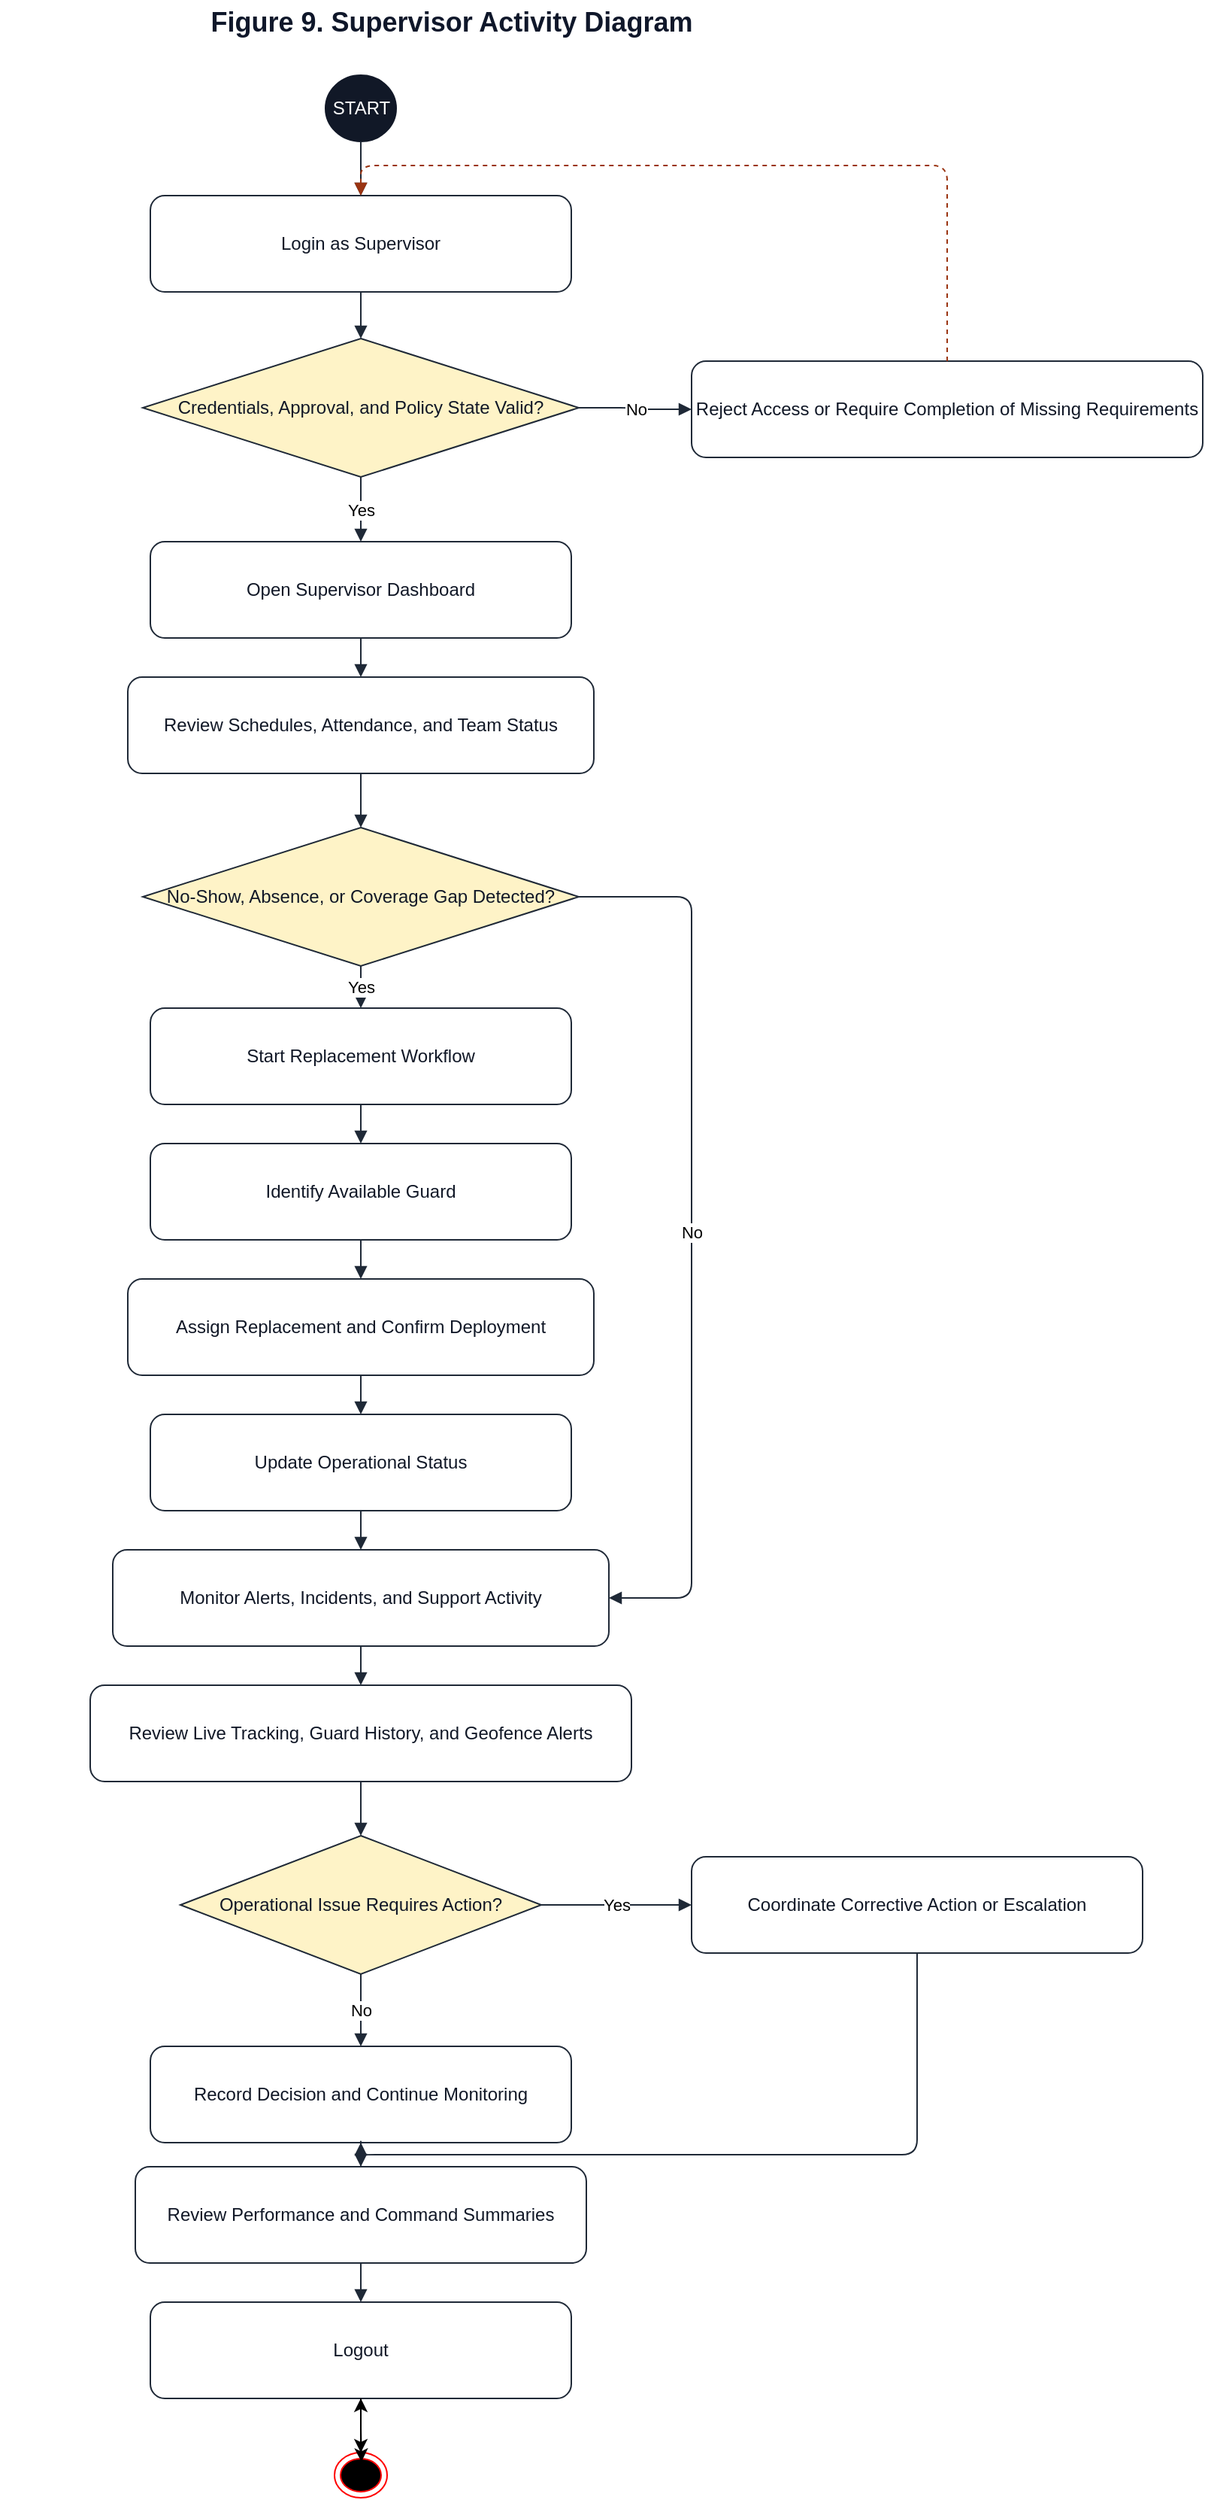
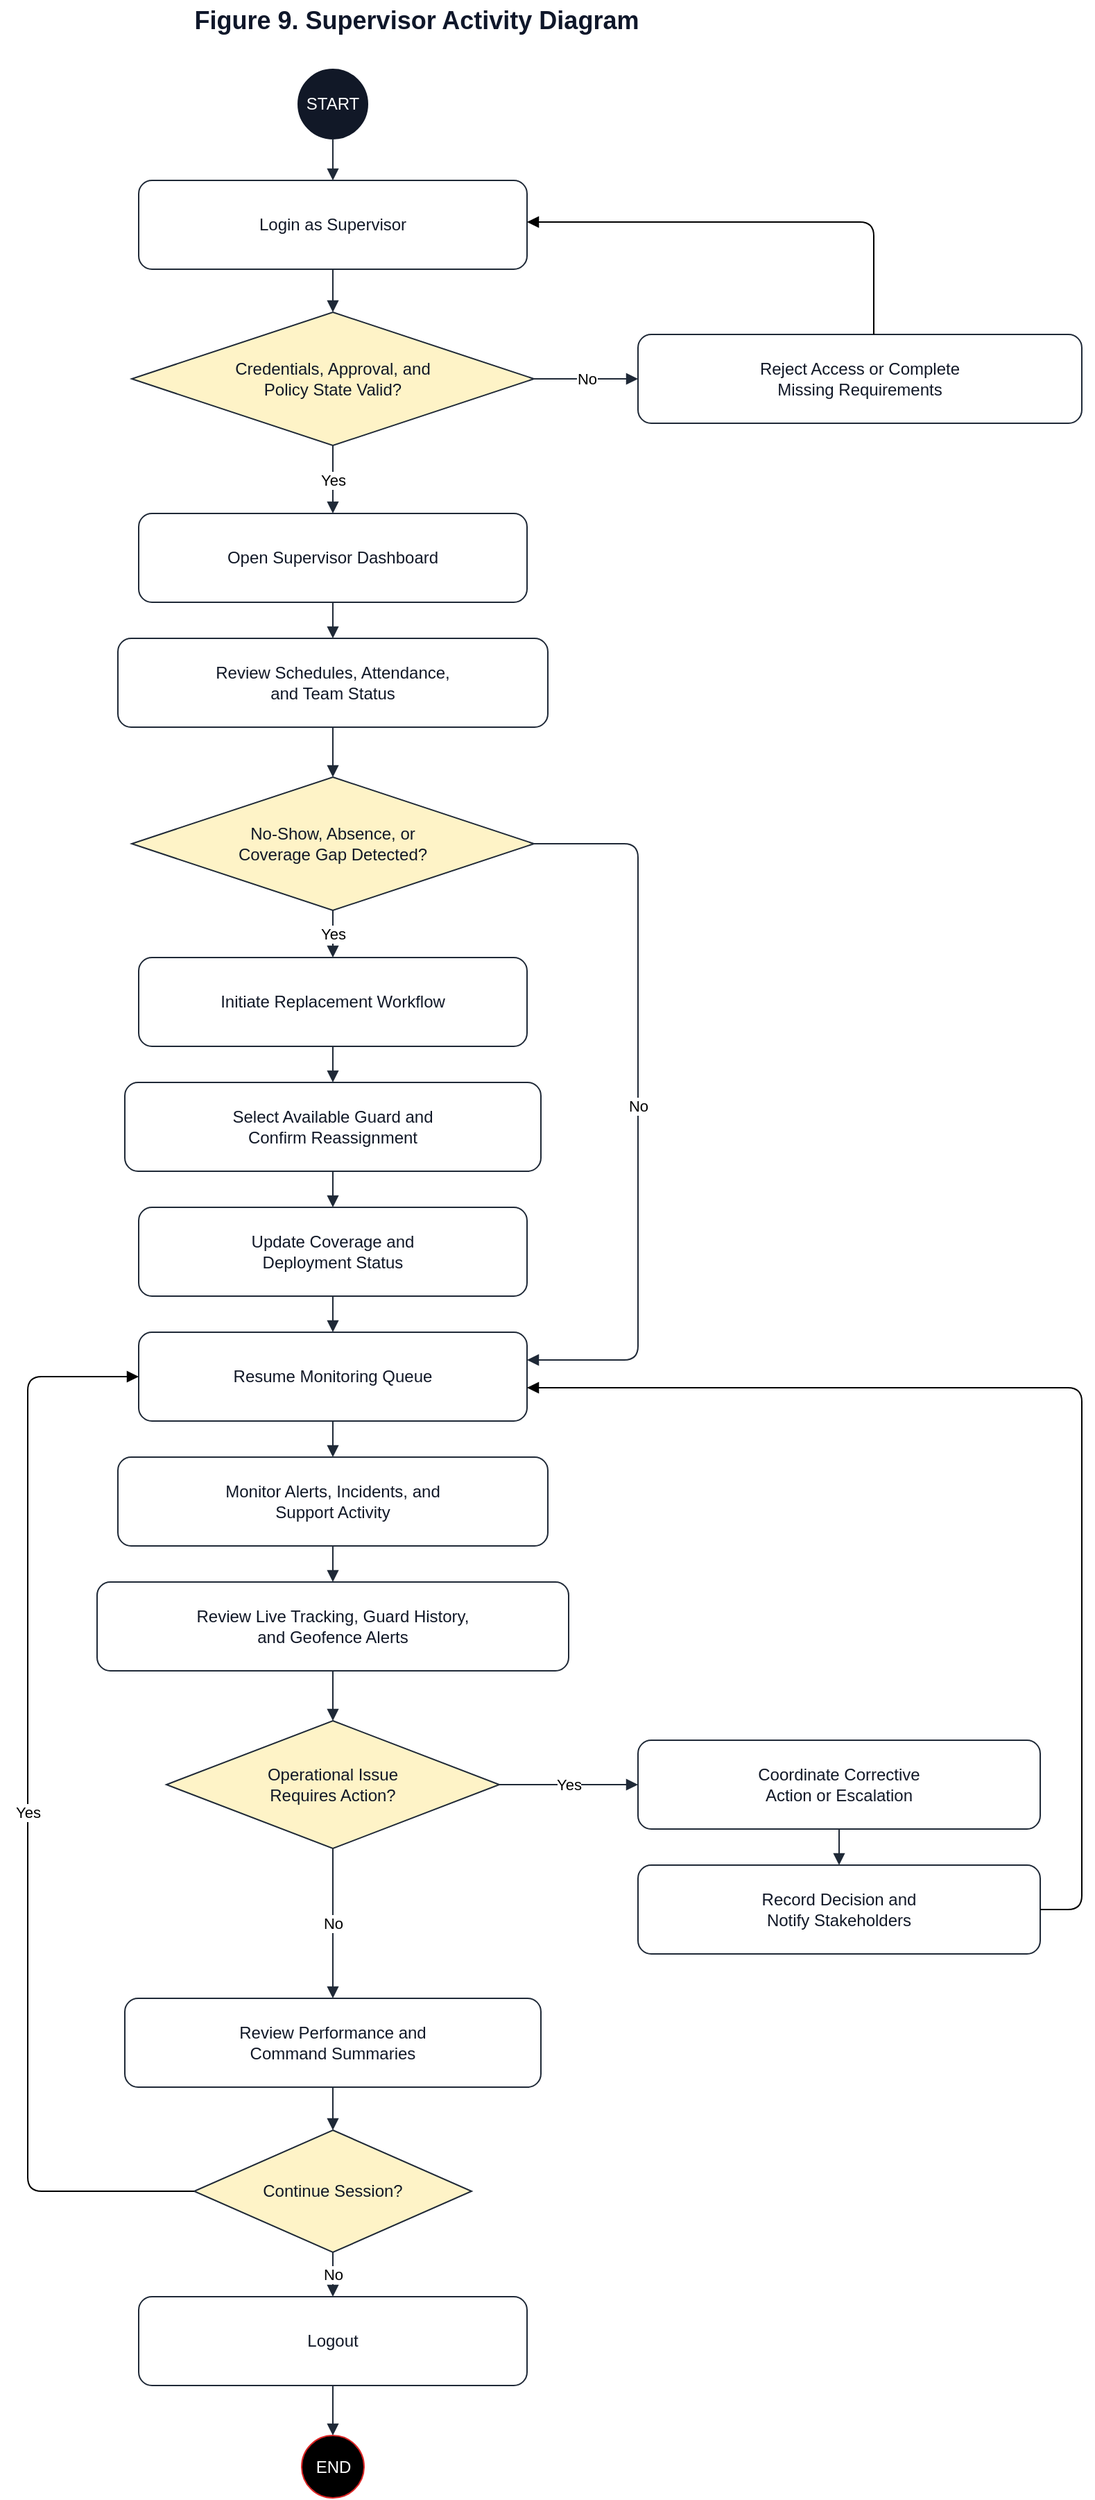
<mxfile host="Electron" agent="Codex">
  <diagram id="supervisor-activity-diagram" name="Figure 9. Supervisor Activity Diagram">
-     <mxGraphModel dx="725" dy="456" grid="1" gridSize="10" guides="1" tooltips="1" connect="1" arrows="1" fold="1" page="1" pageScale="1" pageWidth="1200" pageHeight="1700" background="#ffffff" math="0" shadow="0">
+     <mxGraphModel dx="1230" dy="773" grid="1" gridSize="10" guides="1" tooltips="1" connect="1" arrows="1" fold="1" page="1" pageScale="1" pageWidth="1200" pageHeight="2000" background="#ffffff" math="0" shadow="0">
      <root>
        <mxCell id="0" />
        <mxCell id="1" parent="0" />
        <mxCell id="2" parent="1" style="text;html=1;strokeColor=none;fillColor=none;align=center;verticalAlign=middle;fontStyle=1;fontSize=18;fontColor=#0f172a;" value="Figure 9. Supervisor Activity Diagram" vertex="1">
          <mxGeometry height="30" width="600" x="300" y="10" as="geometry" />
        </mxCell>
-         <mxCell id="3" parent="1" style="ellipse;whiteSpace=wrap;html=1;fillColor=#111827;strokeColor=#111827;fontColor=#FFFFFF;" value="START" vertex="1">
-           <mxGeometry height="44" width="47" x="516.5" y="60" as="geometry" />
+         <mxCell id="3" parent="1" style="ellipse;whiteSpace=wrap;html=1;fillColor=#111827;strokeColor=#111827;fontColor=#ffffff;" value="START" vertex="1">
+           <mxGeometry height="50" width="50" x="515" y="60" as="geometry" />
        </mxCell>
        <mxCell id="4" parent="1" style="rounded=1;whiteSpace=wrap;html=1;fillColor=#ffffff;strokeColor=#1f2937;fontColor=#111827;" value="Login as Supervisor" vertex="1">
          <mxGeometry height="64" width="280" x="400" y="140" as="geometry" />
        </mxCell>
-         <mxCell id="5" parent="1" style="rhombus;whiteSpace=wrap;html=1;fillColor=#fef3c7;strokeColor=#1f2937;fontColor=#111827;" value="Credentials, Approval, and Policy State Valid?" vertex="1">
-           <mxGeometry height="92" width="290" x="395" y="235" as="geometry" />
+         <mxCell id="5" parent="1" style="rhombus;whiteSpace=wrap;html=1;fillColor=#fef3c7;strokeColor=#1f2937;fontColor=#111827;" value="Credentials, Approval, and&#xa;Policy State Valid?" vertex="1">
+           <mxGeometry height="96" width="290" x="395" y="235" as="geometry" />
        </mxCell>
-         <mxCell id="6" parent="1" style="rounded=1;whiteSpace=wrap;html=1;fillColor=#ffffff;strokeColor=#1f2937;fontColor=#111827;" value="Reject Access or Require Completion of Missing Requirements" vertex="1">
-           <mxGeometry height="64" width="340" x="760" y="250" as="geometry" />
+         <mxCell id="6" parent="1" style="rounded=1;whiteSpace=wrap;html=1;fillColor=#ffffff;strokeColor=#1f2937;fontColor=#111827;" value="Reject Access or Complete&#xa;Missing Requirements" vertex="1">
+           <mxGeometry height="64" width="320" x="760" y="251" as="geometry" />
        </mxCell>
        <mxCell id="7" parent="1" style="rounded=1;whiteSpace=wrap;html=1;fillColor=#ffffff;strokeColor=#1f2937;fontColor=#111827;" value="Open Supervisor Dashboard" vertex="1">
-           <mxGeometry height="64" width="280" x="400" y="370" as="geometry" />
+           <mxGeometry height="64" width="280" x="400" y="380" as="geometry" />
        </mxCell>
-         <mxCell id="8" parent="1" style="rounded=1;whiteSpace=wrap;html=1;fillColor=#ffffff;strokeColor=#1f2937;fontColor=#111827;" value="Review Schedules, Attendance, and Team Status" vertex="1">
-           <mxGeometry height="64" width="310" x="385" y="460" as="geometry" />
+         <mxCell id="8" parent="1" style="rounded=1;whiteSpace=wrap;html=1;fillColor=#ffffff;strokeColor=#1f2937;fontColor=#111827;" value="Review Schedules, Attendance,&#xa;and Team Status" vertex="1">
+           <mxGeometry height="64" width="310" x="385" y="470" as="geometry" />
        </mxCell>
-         <mxCell id="9" parent="1" style="rhombus;whiteSpace=wrap;html=1;fillColor=#fef3c7;strokeColor=#1f2937;fontColor=#111827;" value="No-Show, Absence, or Coverage Gap Detected?" vertex="1">
-           <mxGeometry height="92" width="290" x="395" y="560" as="geometry" />
+         <mxCell id="9" parent="1" style="rhombus;whiteSpace=wrap;html=1;fillColor=#fef3c7;strokeColor=#1f2937;fontColor=#111827;" value="No-Show, Absence, or&#xa;Coverage Gap Detected?" vertex="1">
+           <mxGeometry height="96" width="290" x="395" y="570" as="geometry" />
        </mxCell>
-         <mxCell id="10" parent="1" style="rounded=1;whiteSpace=wrap;html=1;fillColor=#ffffff;strokeColor=#1f2937;fontColor=#111827;" value="Start Replacement Workflow" vertex="1">
-           <mxGeometry height="64" width="280" x="400" y="680" as="geometry" />
+         <mxCell id="10" parent="1" style="rounded=1;whiteSpace=wrap;html=1;fillColor=#ffffff;strokeColor=#1f2937;fontColor=#111827;" value="Initiate Replacement Workflow" vertex="1">
+           <mxGeometry height="64" width="280" x="400" y="700" as="geometry" />
        </mxCell>
-         <mxCell id="11" parent="1" style="rounded=1;whiteSpace=wrap;html=1;fillColor=#ffffff;strokeColor=#1f2937;fontColor=#111827;" value="Identify Available Guard" vertex="1">
-           <mxGeometry height="64" width="280" x="400" y="770" as="geometry" />
+         <mxCell id="11" parent="1" style="rounded=1;whiteSpace=wrap;html=1;fillColor=#ffffff;strokeColor=#1f2937;fontColor=#111827;" value="Select Available Guard and&#xa;Confirm Reassignment" vertex="1">
+           <mxGeometry height="64" width="300" x="390" y="790" as="geometry" />
        </mxCell>
-         <mxCell id="12" parent="1" style="rounded=1;whiteSpace=wrap;html=1;fillColor=#ffffff;strokeColor=#1f2937;fontColor=#111827;" value="Assign Replacement and Confirm Deployment" vertex="1">
-           <mxGeometry height="64" width="310" x="385" y="860" as="geometry" />
+         <mxCell id="12" parent="1" style="rounded=1;whiteSpace=wrap;html=1;fillColor=#ffffff;strokeColor=#1f2937;fontColor=#111827;" value="Update Coverage and&#xa;Deployment Status" vertex="1">
+           <mxGeometry height="64" width="280" x="400" y="880" as="geometry" />
        </mxCell>
-         <mxCell id="13" parent="1" style="rounded=1;whiteSpace=wrap;html=1;fillColor=#ffffff;strokeColor=#1f2937;fontColor=#111827;" value="Update Operational Status" vertex="1">
-           <mxGeometry height="64" width="280" x="400" y="950" as="geometry" />
+         <mxCell id="13" parent="1" style="rounded=1;whiteSpace=wrap;html=1;fillColor=#ffffff;strokeColor=#1f2937;fontColor=#111827;" value="Resume Monitoring Queue" vertex="1">
+           <mxGeometry height="64" width="280" x="400" y="970" as="geometry" />
        </mxCell>
-         <mxCell id="14" parent="1" style="rounded=1;whiteSpace=wrap;html=1;fillColor=#ffffff;strokeColor=#1f2937;fontColor=#111827;" value="Monitor Alerts, Incidents, and Support Activity" vertex="1">
-           <mxGeometry height="64" width="330" x="375" y="1040" as="geometry" />
+         <mxCell id="14" parent="1" style="rounded=1;whiteSpace=wrap;html=1;fillColor=#ffffff;strokeColor=#1f2937;fontColor=#111827;" value="Monitor Alerts, Incidents, and&#xa;Support Activity" vertex="1">
+           <mxGeometry height="64" width="310" x="385" y="1060" as="geometry" />
        </mxCell>
-         <mxCell id="15" parent="1" style="rounded=1;whiteSpace=wrap;html=1;fillColor=#ffffff;strokeColor=#1f2937;fontColor=#111827;" value="Review Live Tracking, Guard History, and Geofence Alerts" vertex="1">
-           <mxGeometry height="64" width="360" x="360" y="1130" as="geometry" />
+         <mxCell id="15" parent="1" style="rounded=1;whiteSpace=wrap;html=1;fillColor=#ffffff;strokeColor=#1f2937;fontColor=#111827;" value="Review Live Tracking, Guard History,&#xa;and Geofence Alerts" vertex="1">
+           <mxGeometry height="64" width="340" x="370" y="1150" as="geometry" />
        </mxCell>
-         <mxCell id="16" parent="1" style="rhombus;whiteSpace=wrap;html=1;fillColor=#fef3c7;strokeColor=#1f2937;fontColor=#111827;" value="Operational Issue Requires Action?" vertex="1">
-           <mxGeometry height="92" width="240" x="420" y="1230" as="geometry" />
+         <mxCell id="16" parent="1" style="rhombus;whiteSpace=wrap;html=1;fillColor=#fef3c7;strokeColor=#1f2937;fontColor=#111827;" value="Operational Issue&#xa;Requires Action?" vertex="1">
+           <mxGeometry height="92" width="240" x="420" y="1250" as="geometry" />
        </mxCell>
-         <mxCell id="17" parent="1" style="rounded=1;whiteSpace=wrap;html=1;fillColor=#ffffff;strokeColor=#1f2937;fontColor=#111827;" value="Coordinate Corrective Action or Escalation" vertex="1">
-           <mxGeometry height="64" width="300" x="760" y="1244" as="geometry" />
+         <mxCell id="17" parent="1" style="rounded=1;whiteSpace=wrap;html=1;fillColor=#ffffff;strokeColor=#1f2937;fontColor=#111827;" value="Coordinate Corrective&#xa;Action or Escalation" vertex="1">
+           <mxGeometry height="64" width="290" x="760" y="1264" as="geometry" />
        </mxCell>
-         <mxCell id="18" parent="1" style="rounded=1;whiteSpace=wrap;html=1;fillColor=#ffffff;strokeColor=#1f2937;fontColor=#111827;" value="Record Decision and Continue Monitoring" vertex="1">
-           <mxGeometry height="64" width="280" x="400" y="1370" as="geometry" />
+         <mxCell id="18" parent="1" style="rounded=1;whiteSpace=wrap;html=1;fillColor=#ffffff;strokeColor=#1f2937;fontColor=#111827;" value="Record Decision and&#xa;Notify Stakeholders" vertex="1">
+           <mxGeometry height="64" width="290" x="760" y="1354" as="geometry" />
        </mxCell>
-         <mxCell id="19" parent="1" style="rounded=1;whiteSpace=wrap;html=1;fillColor=#ffffff;strokeColor=#1f2937;fontColor=#111827;" value="Review Performance and Command Summaries" vertex="1">
+         <mxCell id="19" parent="1" style="rounded=1;whiteSpace=wrap;html=1;fillColor=#ffffff;strokeColor=#1f2937;fontColor=#111827;" value="Review Performance and&#xa;Command Summaries" vertex="1">
          <mxGeometry height="64" width="300" x="390" y="1450" as="geometry" />
        </mxCell>
-         <mxCell id="qXXmtDvY1LTIjjoqbfpd-43" edge="1" parent="1" source="20" style="edgeStyle=orthogonalEdgeStyle;rounded=0;orthogonalLoop=1;jettySize=auto;html=1;" target="qXXmtDvY1LTIjjoqbfpd-42" value="">
+         <mxCell id="20" parent="1" style="rhombus;whiteSpace=wrap;html=1;fillColor=#fef3c7;strokeColor=#1f2937;fontColor=#111827;" value="Continue Session?" vertex="1">
+           <mxGeometry height="88" width="200" x="440" y="1545" as="geometry" />
+         </mxCell>
+         <mxCell id="21" parent="1" style="rounded=1;whiteSpace=wrap;html=1;fillColor=#ffffff;strokeColor=#1f2937;fontColor=#111827;" value="Logout" vertex="1">
+           <mxGeometry height="64" width="280" x="400" y="1665" as="geometry" />
+         </mxCell>
+         <mxCell id="22" parent="1" style="ellipse;whiteSpace=wrap;html=1;fillColor=#000000;strokeColor=#dc2626;fontColor=#ffffff;" value="END" vertex="1">
+           <mxGeometry height="45" width="45" x="517.5" y="1765" as="geometry" />
+         </mxCell>
+         <mxCell id="23" edge="1" parent="1" source="3" style="edgeStyle=orthogonalEdgeStyle;rounded=1;orthogonalLoop=1;jettySize=auto;html=1;strokeColor=#1f2937;endArrow=block;endFill=1;" target="4">
          <mxGeometry relative="1" as="geometry" />
        </mxCell>
-         <mxCell id="20" parent="1" style="rounded=1;whiteSpace=wrap;html=1;fillColor=#ffffff;strokeColor=#1f2937;fontColor=#111827;" value="Logout" vertex="1">
-           <mxGeometry height="64" width="280" x="400" y="1540" as="geometry" />
-         </mxCell>
-         <mxCell id="22" edge="1" parent="1" source="3" style="edgeStyle=orthogonalEdgeStyle;rounded=1;orthogonalLoop=1;jettySize=auto;html=1;strokeColor=#1f2937;endArrow=block;endFill=1;" target="4" value="">
+         <mxCell id="24" edge="1" parent="1" source="4" style="edgeStyle=orthogonalEdgeStyle;rounded=1;orthogonalLoop=1;jettySize=auto;html=1;strokeColor=#1f2937;endArrow=block;endFill=1;" target="5">
          <mxGeometry relative="1" as="geometry" />
        </mxCell>
-         <mxCell id="23" edge="1" parent="1" source="4" style="edgeStyle=orthogonalEdgeStyle;rounded=1;orthogonalLoop=1;jettySize=auto;html=1;strokeColor=#1f2937;endArrow=block;endFill=1;" target="5" value="">
+         <mxCell id="25" edge="1" parent="1" source="5" style="edgeStyle=orthogonalEdgeStyle;rounded=1;orthogonalLoop=1;jettySize=auto;html=1;strokeColor=#1f2937;endArrow=block;endFill=1;" target="6" value="No">
          <mxGeometry relative="1" as="geometry" />
        </mxCell>
-         <mxCell id="24" edge="1" parent="1" source="5" style="edgeStyle=orthogonalEdgeStyle;rounded=1;orthogonalLoop=1;jettySize=auto;html=1;strokeColor=#1f2937;endArrow=block;endFill=1;" target="6" value="No">
-           <mxGeometry relative="1" as="geometry" />
-         </mxCell>
-         <mxCell id="25" edge="1" parent="1" source="6" style="edgeStyle=orthogonalEdgeStyle;rounded=1;orthogonalLoop=1;jettySize=auto;html=1;strokeColor=#9a3412;dashed=1;endArrow=block;endFill=1;" target="4" value="">
+         <mxCell id="26" edge="1" parent="1" source="6" style="edgeStyle=orthogonalEdgeStyle;rounded=1;orthogonalLoop=1;jettySize=auto;html=1;strokeColor=light-dark(#000000,#000000);endArrow=block;endFill=1;" target="4">
          <mxGeometry relative="1" as="geometry">
            <Array as="points">
-               <mxPoint x="930" y="120" />
+               <mxPoint x="930" y="170" />
            </Array>
          </mxGeometry>
        </mxCell>
-         <mxCell id="26" edge="1" parent="1" source="5" style="edgeStyle=orthogonalEdgeStyle;rounded=1;orthogonalLoop=1;jettySize=auto;html=1;strokeColor=#1f2937;endArrow=block;endFill=1;" target="7" value="Yes">
+         <mxCell id="27" edge="1" parent="1" source="5" style="edgeStyle=orthogonalEdgeStyle;rounded=1;orthogonalLoop=1;jettySize=auto;html=1;strokeColor=#1f2937;endArrow=block;endFill=1;" target="7" value="Yes">
          <mxGeometry relative="1" as="geometry" />
        </mxCell>
-         <mxCell id="27" edge="1" parent="1" source="7" style="edgeStyle=orthogonalEdgeStyle;rounded=1;orthogonalLoop=1;jettySize=auto;html=1;strokeColor=#1f2937;endArrow=block;endFill=1;" target="8" value="">
+         <mxCell id="28" edge="1" parent="1" source="7" style="edgeStyle=orthogonalEdgeStyle;rounded=1;orthogonalLoop=1;jettySize=auto;html=1;strokeColor=#1f2937;endArrow=block;endFill=1;" target="8">
          <mxGeometry relative="1" as="geometry" />
        </mxCell>
-         <mxCell id="28" edge="1" parent="1" source="8" style="edgeStyle=orthogonalEdgeStyle;rounded=1;orthogonalLoop=1;jettySize=auto;html=1;strokeColor=#1f2937;endArrow=block;endFill=1;" target="9" value="">
+         <mxCell id="29" edge="1" parent="1" source="8" style="edgeStyle=orthogonalEdgeStyle;rounded=1;orthogonalLoop=1;jettySize=auto;html=1;strokeColor=#1f2937;endArrow=block;endFill=1;" target="9">
          <mxGeometry relative="1" as="geometry" />
        </mxCell>
-         <mxCell id="29" edge="1" parent="1" source="9" style="edgeStyle=orthogonalEdgeStyle;rounded=1;orthogonalLoop=1;jettySize=auto;html=1;strokeColor=#1f2937;endArrow=block;endFill=1;" target="10" value="Yes">
+         <mxCell id="30" edge="1" parent="1" source="9" style="edgeStyle=orthogonalEdgeStyle;rounded=1;orthogonalLoop=1;jettySize=auto;html=1;strokeColor=#1f2937;endArrow=block;endFill=1;" target="10" value="Yes">
          <mxGeometry relative="1" as="geometry" />
        </mxCell>
-         <mxCell id="30" edge="1" parent="1" source="10" style="edgeStyle=orthogonalEdgeStyle;rounded=1;orthogonalLoop=1;jettySize=auto;html=1;strokeColor=#1f2937;endArrow=block;endFill=1;" target="11" value="">
+         <mxCell id="31" edge="1" parent="1" source="10" style="edgeStyle=orthogonalEdgeStyle;rounded=1;orthogonalLoop=1;jettySize=auto;html=1;strokeColor=#1f2937;endArrow=block;endFill=1;" target="11">
          <mxGeometry relative="1" as="geometry" />
        </mxCell>
-         <mxCell id="31" edge="1" parent="1" source="11" style="edgeStyle=orthogonalEdgeStyle;rounded=1;orthogonalLoop=1;jettySize=auto;html=1;strokeColor=#1f2937;endArrow=block;endFill=1;" target="12" value="">
+         <mxCell id="32" edge="1" parent="1" source="11" style="edgeStyle=orthogonalEdgeStyle;rounded=1;orthogonalLoop=1;jettySize=auto;html=1;strokeColor=#1f2937;endArrow=block;endFill=1;" target="12">
          <mxGeometry relative="1" as="geometry" />
        </mxCell>
-         <mxCell id="32" edge="1" parent="1" source="12" style="edgeStyle=orthogonalEdgeStyle;rounded=1;orthogonalLoop=1;jettySize=auto;html=1;strokeColor=#1f2937;endArrow=block;endFill=1;" target="13" value="">
+         <mxCell id="33" edge="1" parent="1" source="12" style="edgeStyle=orthogonalEdgeStyle;rounded=1;orthogonalLoop=1;jettySize=auto;html=1;strokeColor=#1f2937;endArrow=block;endFill=1;" target="13">
          <mxGeometry relative="1" as="geometry" />
        </mxCell>
-         <mxCell id="33" edge="1" parent="1" source="13" style="edgeStyle=orthogonalEdgeStyle;rounded=1;orthogonalLoop=1;jettySize=auto;html=1;strokeColor=#1f2937;endArrow=block;endFill=1;" target="14" value="">
-           <mxGeometry relative="1" as="geometry" />
-         </mxCell>
-         <mxCell id="34" edge="1" parent="1" source="9" style="edgeStyle=orthogonalEdgeStyle;rounded=1;orthogonalLoop=1;jettySize=auto;html=1;strokeColor=#1f2937;endArrow=block;endFill=1;" target="14" value="No">
+         <mxCell id="34" edge="1" parent="1" source="9" style="edgeStyle=orthogonalEdgeStyle;rounded=1;orthogonalLoop=1;jettySize=auto;html=1;strokeColor=#1f2937;endArrow=block;endFill=1;" target="13" value="No">
          <mxGeometry relative="1" as="geometry">
            <Array as="points">
-               <mxPoint x="760" y="606" />
-               <mxPoint x="760" y="1072.0000000000002" />
+               <mxPoint x="760" y="618" />
+               <mxPoint x="760" y="990" />
            </Array>
          </mxGeometry>
        </mxCell>
-         <mxCell id="35" edge="1" parent="1" source="14" style="edgeStyle=orthogonalEdgeStyle;rounded=1;orthogonalLoop=1;jettySize=auto;html=1;strokeColor=#1f2937;endArrow=block;endFill=1;" target="15" value="">
+         <mxCell id="35" edge="1" parent="1" source="13" style="edgeStyle=orthogonalEdgeStyle;rounded=1;orthogonalLoop=1;jettySize=auto;html=1;strokeColor=#1f2937;endArrow=block;endFill=1;" target="14">
          <mxGeometry relative="1" as="geometry" />
        </mxCell>
-         <mxCell id="36" edge="1" parent="1" source="15" style="edgeStyle=orthogonalEdgeStyle;rounded=1;orthogonalLoop=1;jettySize=auto;html=1;strokeColor=#1f2937;endArrow=block;endFill=1;" target="16" value="">
+         <mxCell id="36" edge="1" parent="1" source="14" style="edgeStyle=orthogonalEdgeStyle;rounded=1;orthogonalLoop=1;jettySize=auto;html=1;strokeColor=#1f2937;endArrow=block;endFill=1;" target="15">
          <mxGeometry relative="1" as="geometry" />
        </mxCell>
-         <mxCell id="37" edge="1" parent="1" source="16" style="edgeStyle=orthogonalEdgeStyle;rounded=1;orthogonalLoop=1;jettySize=auto;html=1;strokeColor=#1f2937;endArrow=block;endFill=1;" target="17" value="Yes">
+         <mxCell id="37" edge="1" parent="1" source="15" style="edgeStyle=orthogonalEdgeStyle;rounded=1;orthogonalLoop=1;jettySize=auto;html=1;strokeColor=#1f2937;endArrow=block;endFill=1;" target="16">
          <mxGeometry relative="1" as="geometry" />
        </mxCell>
-         <mxCell id="38" edge="1" parent="1" source="17" style="edgeStyle=orthogonalEdgeStyle;rounded=1;orthogonalLoop=1;jettySize=auto;html=1;strokeColor=#1f2937;endArrow=block;endFill=1;" target="18" value="">
+         <mxCell id="38" edge="1" parent="1" source="16" style="edgeStyle=orthogonalEdgeStyle;rounded=1;orthogonalLoop=1;jettySize=auto;html=1;strokeColor=#1f2937;endArrow=block;endFill=1;" target="17" value="Yes">
+           <mxGeometry relative="1" as="geometry" />
+         </mxCell>
+         <mxCell id="39" edge="1" parent="1" source="17" style="edgeStyle=orthogonalEdgeStyle;rounded=1;orthogonalLoop=1;jettySize=auto;html=1;strokeColor=#1f2937;endArrow=block;endFill=1;" target="18">
+           <mxGeometry relative="1" as="geometry" />
+         </mxCell>
+         <mxCell id="40" edge="1" parent="1" source="18" style="edgeStyle=orthogonalEdgeStyle;rounded=1;orthogonalLoop=1;jettySize=auto;html=1;strokeColor=light-dark(#000000,#000000);endArrow=block;endFill=1;" target="13">
          <mxGeometry relative="1" as="geometry">
            <Array as="points">
-               <mxPoint x="910" y="1442" />
+               <mxPoint x="1080" y="1386" />
+               <mxPoint x="1080" y="1010" />
            </Array>
          </mxGeometry>
        </mxCell>
-         <mxCell id="39" edge="1" parent="1" source="16" style="edgeStyle=orthogonalEdgeStyle;rounded=1;orthogonalLoop=1;jettySize=auto;html=1;strokeColor=#1f2937;endArrow=block;endFill=1;" target="18" value="No">
+         <mxCell id="41" edge="1" parent="1" source="16" style="edgeStyle=orthogonalEdgeStyle;rounded=1;orthogonalLoop=1;jettySize=auto;html=1;strokeColor=#1f2937;endArrow=block;endFill=1;" target="19" value="No">
          <mxGeometry relative="1" as="geometry" />
        </mxCell>
-         <mxCell id="40" edge="1" parent="1" source="18" style="edgeStyle=orthogonalEdgeStyle;rounded=1;orthogonalLoop=1;jettySize=auto;html=1;strokeColor=#1f2937;endArrow=block;endFill=1;" target="19" value="">
+         <mxCell id="42" edge="1" parent="1" source="19" style="edgeStyle=orthogonalEdgeStyle;rounded=1;orthogonalLoop=1;jettySize=auto;html=1;strokeColor=#1f2937;endArrow=block;endFill=1;" target="20">
          <mxGeometry relative="1" as="geometry" />
        </mxCell>
-         <mxCell id="41" edge="1" parent="1" source="19" style="edgeStyle=orthogonalEdgeStyle;rounded=1;orthogonalLoop=1;jettySize=auto;html=1;strokeColor=#1f2937;endArrow=block;endFill=1;" target="20" value="">
+         <mxCell id="43" edge="1" parent="1" source="20" style="edgeStyle=orthogonalEdgeStyle;rounded=1;orthogonalLoop=1;jettySize=auto;html=1;strokeColor=light-dark(#000000,#000000);endArrow=block;endFill=1;" target="13" value="Yes">
+           <mxGeometry relative="1" as="geometry">
+             <Array as="points">
+               <mxPoint x="320" y="1589" />
+               <mxPoint x="320" y="1002" />
+             </Array>
+           </mxGeometry>
+         </mxCell>
+         <mxCell id="44" edge="1" parent="1" source="20" style="edgeStyle=orthogonalEdgeStyle;rounded=1;orthogonalLoop=1;jettySize=auto;html=1;strokeColor=#1f2937;endArrow=block;endFill=1;" target="21" value="No">
          <mxGeometry relative="1" as="geometry" />
        </mxCell>
-         <mxCell id="qXXmtDvY1LTIjjoqbfpd-45" edge="1" parent="1" source="qXXmtDvY1LTIjjoqbfpd-42" style="edgeStyle=orthogonalEdgeStyle;rounded=0;orthogonalLoop=1;jettySize=auto;html=1;" target="20" value="">
-           <mxGeometry relative="1" as="geometry" />
-         </mxCell>
-         <mxCell id="qXXmtDvY1LTIjjoqbfpd-42" parent="1" style="ellipse;html=1;shape=endState;fillColor=#000000;strokeColor=#ff0000;" value="END" vertex="1">
-           <mxGeometry height="30" width="35" x="522.5" y="1640" as="geometry" />
-         </mxCell>
-         <mxCell id="qXXmtDvY1LTIjjoqbfpd-46" edge="1" parent="1" source="20" style="edgeStyle=orthogonalEdgeStyle;rounded=0;orthogonalLoop=1;jettySize=auto;html=1;entryX=0.512;entryY=0.206;entryDx=0;entryDy=0;entryPerimeter=0;strokeColor=#000000;" target="qXXmtDvY1LTIjjoqbfpd-42">
+         <mxCell id="45" edge="1" parent="1" source="21" style="edgeStyle=orthogonalEdgeStyle;rounded=1;orthogonalLoop=1;jettySize=auto;html=1;strokeColor=#1f2937;endArrow=block;endFill=1;" target="22">
          <mxGeometry relative="1" as="geometry" />
        </mxCell>
      </root>
    </mxGraphModel>
  </diagram>
</mxfile>
